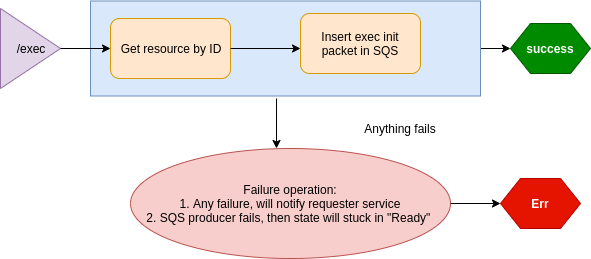
Before: exec_resource_api.png, a diagram exported from draw.io (prodipta/blueshift-resouce). Source tidied: cells renumbered, new cells last; positions are measured from the earlier drawing's top-left corner, leaving out a move shared by most shapes. Source of this version:
```xml
<mxGraphModel>
  <root>
    <mxCell id="0" />
    <mxCell id="1" parent="0" />
    <mxCell id="2" style="edgeStyle=orthogonalEdgeStyle;rounded=0;jettySize=auto;html=1;" parent="1" edge="1" source="3" target="14">
      <mxGeometry relative="1" as="geometry" />
    </mxCell>
    <mxCell id="3" style="rounded=0;whiteSpace=wrap;html=1;fillColor=#dae8fc;strokeColor=#6c8ebf;" parent="1" vertex="1">
      <mxGeometry x="90" y="0.5" width="390" height="95" as="geometry" />
    </mxCell>
    <mxCell id="4" value="/exec" style="triangle;whiteSpace=wrap;html=1;fillColor=#e1d5e7;strokeColor=#9673a6;" parent="1" vertex="1">
      <mxGeometry y="8" width="60" height="80" as="geometry" />
    </mxCell>
    <mxCell id="5" style="endArrow=classic;html=1;exitX=1;exitY=0.5;exitDx=0;exitDy=0;" parent="1" edge="1" source="4">
      <mxGeometry relative="1" as="geometry">
        <mxPoint x="110" y="48" as="targetPoint" />
      </mxGeometry>
    </mxCell>
    <mxCell id="6" value="Get resource by ID" style="rounded=1;whiteSpace=wrap;html=1;fillColor=#ffe6cc;strokeColor=#d79b00;" parent="1" vertex="1">
      <mxGeometry x="110" y="18" width="120" height="60" as="geometry" />
    </mxCell>
    <mxCell id="7" style="edgeStyle=orthogonalEdgeStyle;rounded=0;jettySize=auto;html=1;" parent="1" edge="1" source="6">
      <mxGeometry relative="1" as="geometry">
        <mxPoint x="300" y="48" as="targetPoint" />
      </mxGeometry>
    </mxCell>
    <mxCell id="8" value="Insert exec init packet in SQS" style="rounded=1;whiteSpace=wrap;html=1;fillColor=#ffe6cc;strokeColor=#d79b00;" parent="1" vertex="1">
      <mxGeometry x="300" y="13" width="120" height="60" as="geometry" />
    </mxCell>
    <mxCell id="9" style="endArrow=classic;html=1;exitX=0.477;exitY=1.026;exitDx=0;exitDy=0;exitPerimeter=0;" parent="1" edge="1" source="3">
      <mxGeometry relative="1" as="geometry">
        <mxPoint x="276" y="148" as="targetPoint" />
      </mxGeometry>
    </mxCell>
    <mxCell id="10" value="Failure operation:&lt;br&gt;1. Any failure, will notify requester service&lt;br&gt;2. SQS producer fails, then state will stuck in &quot;Ready&quot;&amp;nbsp;" style="ellipse;whiteSpace=wrap;html=1;fillColor=#f8cecc;strokeColor=#b85450;" parent="1" vertex="1">
      <mxGeometry x="130" y="148" width="320" height="110" as="geometry" />
    </mxCell>
    <mxCell id="11" value="Anything fails" style="text;html=1;strokeColor=none;fillColor=none;align=center;verticalAlign=middle;whiteSpace=wrap;rounded=0;" parent="1" vertex="1">
      <mxGeometry x="360" y="118" width="80" height="20" as="geometry" />
    </mxCell>
    <mxCell id="12" style="endArrow=classic;html=1;exitX=1;exitY=0.5;exitDx=0;exitDy=0;entryX=0;entryY=0.5;entryDx=0;entryDy=0;" parent="1" edge="1" source="10" target="13">
      <mxGeometry relative="1" as="geometry" />
    </mxCell>
    <mxCell id="13" value="Err" style="shape=hexagon;perimeter=hexagonPerimeter2;whiteSpace=wrap;html=1;fillColor=#e51400;strokeColor=#B20000;fontColor=#ffffff;fontStyle=1;" parent="1" vertex="1">
      <mxGeometry x="500" y="178" width="80" height="50" as="geometry" />
    </mxCell>
    <mxCell id="14" value="success" style="shape=hexagon;perimeter=hexagonPerimeter2;whiteSpace=wrap;html=1;fillColor=#008a00;strokeColor=#005700;fontColor=#ffffff;fontStyle=1;" parent="1" vertex="1">
      <mxGeometry x="510" y="23" width="80" height="50" as="geometry" />
    </mxCell>
  </root>
</mxGraphModel>
```
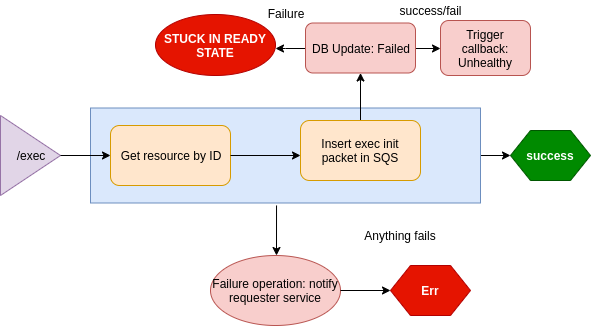
After the commit.

Commit message:
update resource diag

The edit, as a diff of the source:
```diff
@@ -24,16 +24,33 @@
         <mxPoint x="300" y="48" as="targetPoint" />
       </mxGeometry>
     </mxCell>
+    <mxCell id="15" style="edgeStyle=orthogonalEdgeStyle;rounded=0;jettySize=auto;html=1;" parent="1" edge="1" source="8" target="18">
+      <mxGeometry relative="1" as="geometry" />
+    </mxCell>
     <mxCell id="8" value="Insert exec init packet in SQS" style="rounded=1;whiteSpace=wrap;html=1;fillColor=#ffe6cc;strokeColor=#d79b00;" parent="1" vertex="1">
       <mxGeometry x="300" y="13" width="120" height="60" as="geometry" />
     </mxCell>
+    <mxCell id="16" style="edgeStyle=orthogonalEdgeStyle;rounded=0;jettySize=auto;html=1;" parent="1" edge="1" source="18" target="19">
+      <mxGeometry relative="1" as="geometry" />
+    </mxCell>
+    <mxCell id="17" style="edgeStyle=orthogonalEdgeStyle;rounded=0;jettySize=auto;html=1;" parent="1" edge="1" source="18">
+      <mxGeometry relative="1" as="geometry">
+        <mxPoint x="275" y="-59" as="targetPoint" />
+      </mxGeometry>
+    </mxCell>
+    <mxCell id="18" value="DB Update: Failed" style="rounded=1;whiteSpace=wrap;html=1;fillColor=#f8cecc;strokeColor=#b85450;" parent="1" vertex="1">
+      <mxGeometry x="305" y="-84.5" width="110" height="50" as="geometry" />
+    </mxCell>
+    <mxCell id="19" value="Trigger callback: Unhealthy" style="rounded=1;whiteSpace=wrap;html=1;fillColor=#f8cecc;strokeColor=#b85450;" parent="1" vertex="1">
+      <mxGeometry x="440" y="-87" width="90" height="55" as="geometry" />
+    </mxCell>
     <mxCell id="9" style="endArrow=classic;html=1;exitX=0.477;exitY=1.026;exitDx=0;exitDy=0;exitPerimeter=0;" parent="1" edge="1" source="3">
       <mxGeometry relative="1" as="geometry">
         <mxPoint x="276" y="148" as="targetPoint" />
       </mxGeometry>
     </mxCell>
-    <mxCell id="10" value="Failure operation:&lt;br&gt;1. Any failure, will notify requester service&lt;br&gt;2. SQS producer fails, then state will stuck in &quot;Ready&quot;&amp;nbsp;" style="ellipse;whiteSpace=wrap;html=1;fillColor=#f8cecc;strokeColor=#b85450;" parent="1" vertex="1">
-      <mxGeometry x="130" y="148" width="320" height="110" as="geometry" />
+    <mxCell id="10" value="Failure operation: notify requester service" style="ellipse;whiteSpace=wrap;html=1;fillColor=#f8cecc;strokeColor=#b85450;" parent="1" vertex="1">
+      <mxGeometry x="210" y="148" width="130" height="70" as="geometry" />
     </mxCell>
     <mxCell id="11" value="Anything fails" style="text;html=1;strokeColor=none;fillColor=none;align=center;verticalAlign=middle;whiteSpace=wrap;rounded=0;" parent="1" vertex="1">
       <mxGeometry x="360" y="118" width="80" height="20" as="geometry" />
@@ -42,10 +59,19 @@
       <mxGeometry relative="1" as="geometry" />
     </mxCell>
     <mxCell id="13" value="Err" style="shape=hexagon;perimeter=hexagonPerimeter2;whiteSpace=wrap;html=1;fillColor=#e51400;strokeColor=#B20000;fontColor=#ffffff;fontStyle=1;" parent="1" vertex="1">
-      <mxGeometry x="500" y="178" width="80" height="50" as="geometry" />
+      <mxGeometry x="390" y="158" width="80" height="50" as="geometry" />
     </mxCell>
     <mxCell id="14" value="success" style="shape=hexagon;perimeter=hexagonPerimeter2;whiteSpace=wrap;html=1;fillColor=#008a00;strokeColor=#005700;fontColor=#ffffff;fontStyle=1;" parent="1" vertex="1">
       <mxGeometry x="510" y="23" width="80" height="50" as="geometry" />
     </mxCell>
+    <mxCell id="20" value="STUCK IN READY STATE" style="ellipse;whiteSpace=wrap;html=1;fontStyle=1;fillColor=#e51400;strokeColor=#B20000;fontColor=#ffffff;" parent="1" vertex="1">
+      <mxGeometry x="155" y="-93" width="120" height="61" as="geometry" />
+    </mxCell>
+    <mxCell id="21" value="Failure" style="text;html=1;strokeColor=none;fillColor=none;align=center;verticalAlign=middle;whiteSpace=wrap;rounded=0;" parent="1" vertex="1">
+      <mxGeometry x="265" y="-104.5" width="40" height="20" as="geometry" />
+    </mxCell>
+    <mxCell id="22" value="success/fail" style="text;html=1;strokeColor=none;fillColor=none;align=center;verticalAlign=middle;whiteSpace=wrap;rounded=0;" parent="1" vertex="1">
+      <mxGeometry x="410" y="-107" width="40" height="20" as="geometry" />
+    </mxCell>
   </root>
 </mxGraphModel>
```
